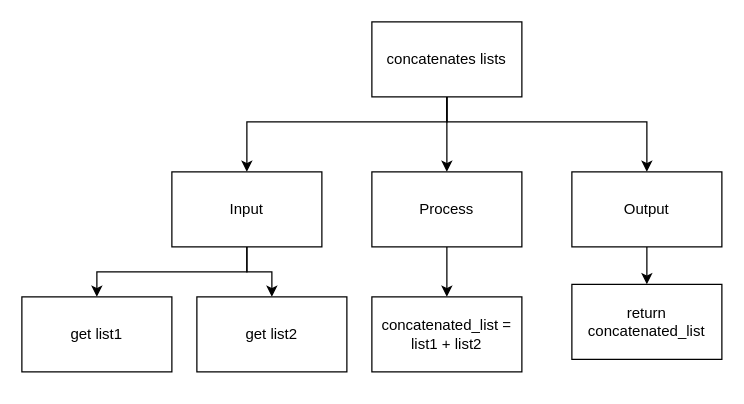
Earlier version of the draw.io diagram top_down.drawio (Kyanh-Pham/ICS3U-Assignment-7-Python). Source tidied: cells renumbered, new cells numbered last; positions are measured from the earlier drawing's top-left corner, leaving out a move shared by most shapes. Both pictures are drawn from the tidied source at 125%, with x=0, y=0 at pixel (21, 21).
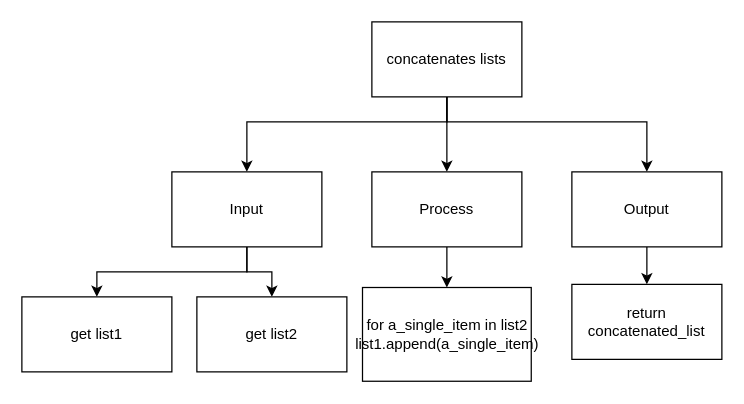
The same diagram, later.

Change to the diagram source:
```diff
@@
-    <mxCell id="15" value="concatenated_list = list1 + list2" style="rounded=0;whiteSpace=wrap;html=1;" parent="1" vertex="1">
-      <mxGeometry x="280" y="220" width="120" height="60" as="geometry" />
+    <mxCell id="15" value="for a_single_item in list2&lt;br&gt;list1.append(a_single_item)" style="rounded=0;whiteSpace=wrap;html=1;" parent="1" vertex="1">
+      <mxGeometry x="272.5" y="212.5" width="135" height="75" as="geometry" />
     </mxCell>
```
